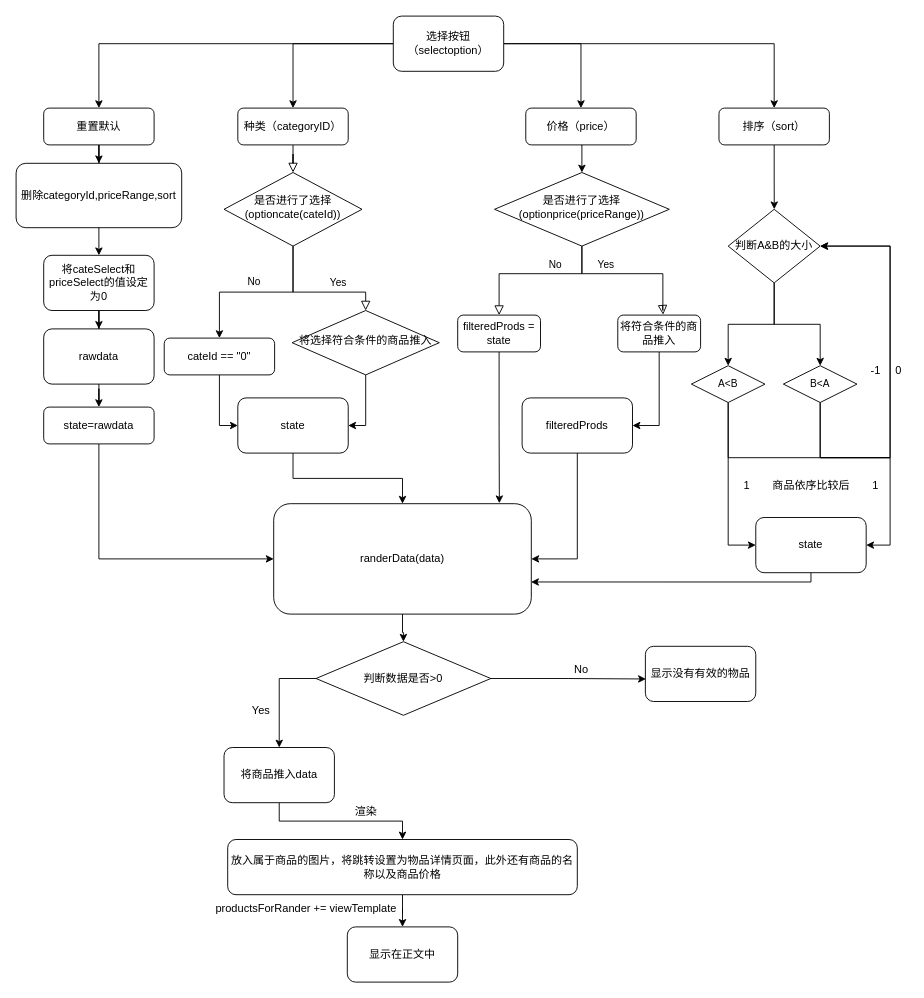
Earlier version of the draw.io diagram Untitled Diagram.drawio (zra1997/luxe-dream). Source tidied: cells renumbered, new cells numbered last; positions are measured from the earlier drawing's top-left corner, leaving out a move shared by most shapes. Both pictures are drawn from the tidied source at 92%, with x=0, y=0 at pixel (16, 16).
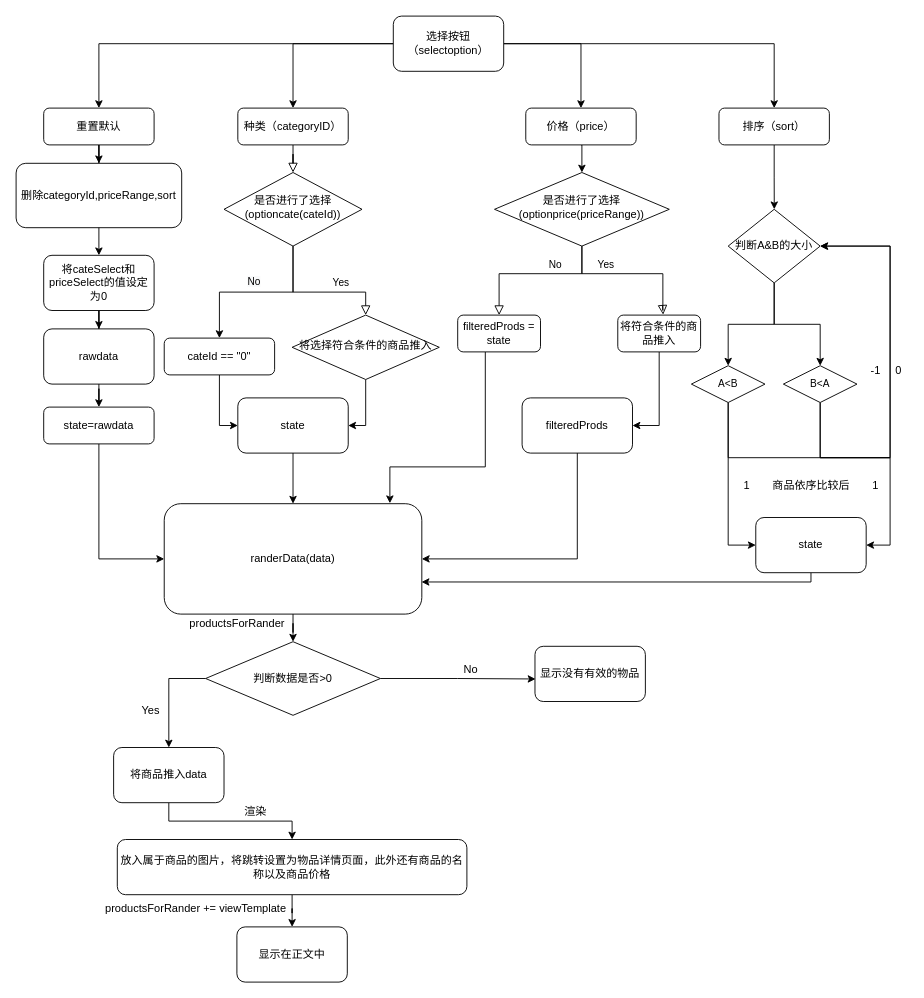
The same page after the edit.

Unchanged cells that the change refers to:
```xml
<mxCell id="14" value="filteredProds = state" style="rounded=1;whiteSpace=wrap;html=1;fontSize=12;glass=0;strokeWidth=1;shadow=0;" parent="1" vertex="1">
  <mxGeometry x="480" y="325" width="90" height="40" as="geometry" />
</mxCell>
```

The edit, as a diff of the source:
```diff
@@
     <mxCell id="12" value="将选择符合条件的商品推入" style="rhombus;whiteSpace=wrap;html=1;shadow=0;fontFamily=Helvetica;fontSize=12;align=center;strokeWidth=1;spacing=6;spacingTop=-4;" parent="1" vertex="1">
-      <mxGeometry x="300" y="320" width="160" height="70" as="geometry" />
+      <mxGeometry x="300" y="325" width="160" height="70" as="geometry" />
     </mxCell>
     <mxCell id="13" style="edgeStyle=orthogonalEdgeStyle;rounded=0;jettySize=auto;html=1;entryX=0.876;entryY=-0.004;entryDx=0;entryDy=0;entryPerimeter=0;" parent="1" edge="1" source="14" target="35">
-      <mxGeometry relative="1" as="geometry" />
+      <mxGeometry relative="1" as="geometry">
+        <Array as="points">
+          <mxPoint x="510" y="490" />
+          <mxPoint x="406" y="490" />
+        </Array>
+      </mxGeometry>
     </mxCell>
@@
     <mxCell id="35" value="randerData(data)" style="rounded=1;whiteSpace=wrap;html=1;fontSize=12;glass=0;strokeWidth=1;shadow=0;" parent="1" vertex="1">
-      <mxGeometry x="280" y="530" width="280" height="120" as="geometry" />
+      <mxGeometry x="161" y="530" width="280" height="120" as="geometry" />
     </mxCell>
@@
     <mxCell id="47" style="edgeStyle=orthogonalEdgeStyle;rounded=0;jettySize=auto;html=1;entryX=0.5;entryY=0;entryDx=0;entryDy=0;" parent="1" edge="1" source="49" target="51">
       <mxGeometry relative="1" as="geometry">
         <Array as="points">
-          <mxPoint x="286" y="720" />
+          <mxPoint x="166" y="720" />
         </Array>
       </mxGeometry>
     </mxCell>
@@
     <mxCell id="49" value="判断数据是否&amp;gt;0" style="rhombus;whiteSpace=wrap;html=1;" parent="1" vertex="1">
-      <mxGeometry x="326" y="680" width="190" height="80" as="geometry" />
+      <mxGeometry x="206" y="680" width="190" height="80" as="geometry" />
     </mxCell>
@@
     <mxCell id="51" value="将商品推入data" style="rounded=1;whiteSpace=wrap;html=1;" parent="1" vertex="1">
-      <mxGeometry x="226" y="795" width="120" height="60" as="geometry" />
+      <mxGeometry x="106" y="795" width="120" height="60" as="geometry" />
     </mxCell>
     <mxCell id="52" value="显示没有有效的物品" style="rounded=1;whiteSpace=wrap;html=1;" parent="1" vertex="1">
-      <mxGeometry x="684" y="685" width="120" height="60" as="geometry" />
+      <mxGeometry x="564" y="685" width="120" height="60" as="geometry" />
     </mxCell>
     <mxCell id="53" value="Yes" style="text;html=1;align=center;verticalAlign=middle;strokeColor=none;fillColor=none;" parent="1" vertex="1">
-      <mxGeometry x="246" y="745" width="40" height="20" as="geometry" />
+      <mxGeometry x="126" y="745" width="40" height="20" as="geometry" />
     </mxCell>
     <mxCell id="54" value="No" style="text;html=1;align=center;verticalAlign=middle;strokeColor=none;fillColor=none;" parent="1" vertex="1">
-      <mxGeometry x="599" y="700" width="30" height="20" as="geometry" />
+      <mxGeometry x="479" y="700" width="30" height="20" as="geometry" />
     </mxCell>
@@
     <mxCell id="56" value="放入属于商品的图片，将跳转设置为物品详情页面，此外还有商品的名称以及商品价格" style="rounded=1;whiteSpace=wrap;html=1;" parent="1" vertex="1">
-      <mxGeometry x="230" y="895" width="380" height="60" as="geometry" />
+      <mxGeometry x="110" y="895" width="380" height="60" as="geometry" />
     </mxCell>
     <mxCell id="57" value="渲染" style="text;html=1;align=center;verticalAlign=middle;strokeColor=none;fillColor=none;" parent="1" vertex="1">
-      <mxGeometry x="360" y="855" width="40" height="20" as="geometry" />
+      <mxGeometry x="240" y="855" width="40" height="20" as="geometry" />
     </mxCell>
     <mxCell id="58" value="显示在正文中" style="rounded=1;whiteSpace=wrap;html=1;" parent="1" vertex="1">
-      <mxGeometry x="360" y="990" width="120" height="60" as="geometry" />
+      <mxGeometry x="240" y="990" width="120" height="60" as="geometry" />
     </mxCell>
@@
     <mxCell id="63" value="&lt;span style=&quot;&quot;&gt;productsForRander += viewTemplate&lt;/span&gt;" style="text;html=1;align=center;verticalAlign=middle;strokeColor=none;fillColor=none;" parent="1" vertex="1">
-      <mxGeometry x="210" y="960" width="210" height="20" as="geometry" />
+      <mxGeometry x="90" y="960" width="210" height="20" as="geometry" />
     </mxCell>
@@
+    <mxCell id="73" value="productsForRander" style="text;html=1;align=center;verticalAlign=middle;strokeColor=none;fillColor=none;" parent="1" vertex="1">
+      <mxGeometry x="180" y="650" width="120" height="20" as="geometry" />
+    </mxCell>
```
